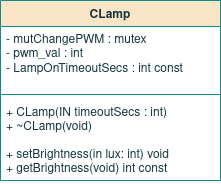
The draw.io diagram report/images/09sw_specification/LS/clamp/class.png in ESRGgroup9/slipad, before a commit. Source tidied: cells renumbered, new cells last; positions are measured from the earlier drawing's top-left corner, leaving out a move shared by most shapes.
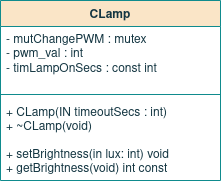
After the change.

Change to the diagram source:
```diff
@@ -5,7 +5,7 @@
     <mxCell id="2" value="CLamp" style="swimlane;fontStyle=1;align=center;verticalAlign=top;horizontal=1;startSize=26;fillColor=#FAE5C7;strokeColor=#0F8B8D;fontColor=#143642;" parent="1" vertex="1">
       <mxGeometry width="220" height="180" as="geometry" />
     </mxCell>
-    <mxCell id="3" value="- mutChangePWM : mutex&lt;br&gt;- pwm_val : int&lt;br&gt;- LampOnTimeoutSecs : int const&lt;br&gt;" style="text;strokeColor=none;fillColor=none;align=left;verticalAlign=top;spacingLeft=4;spacingRight=4;overflow=hidden;fontColor=#143642;fontStyle=0;html=1;" parent="2" vertex="1">
+    <mxCell id="3" value="- mutChangePWM : mutex&lt;br&gt;- pwm_val : int&lt;br&gt;- timLampOnSecs : const int" style="text;strokeColor=none;fillColor=none;align=left;verticalAlign=top;spacingLeft=4;spacingRight=4;overflow=hidden;fontColor=#143642;fontStyle=0;html=1;" parent="2" vertex="1">
       <mxGeometry y="26" width="220" height="64" as="geometry" />
     </mxCell>
     <mxCell id="4" style="line;strokeWidth=1;fillColor=none;align=left;verticalAlign=middle;spacingTop=-1;spacingLeft=3;spacingRight=3;labelPosition=right;labelBackgroundColor=#DAD2D8;strokeColor=#0F8B8D;fontColor=#143642;" parent="2" vertex="1">
```
